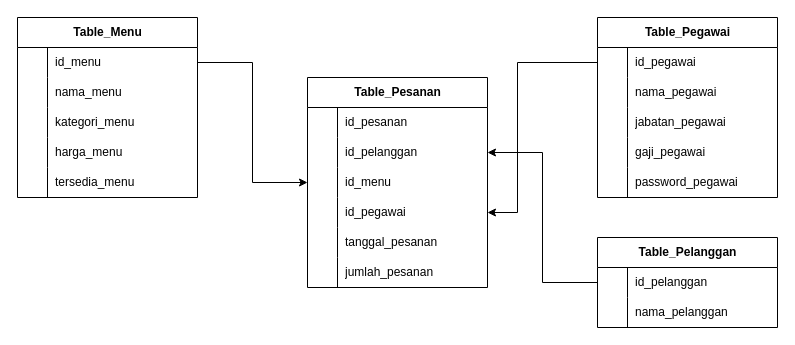
The draw.io diagram HEHEHE.drawio in ImNotDanish05/Tester, before the edit. Source tidied: cells renumbered, new cells numbered last; positions are measured from the earlier drawing's top-left corner, leaving out a move shared by most shapes. Both pictures are drawn from the tidied source at 100%, with x=0, y=0 at pixel (17, 17).
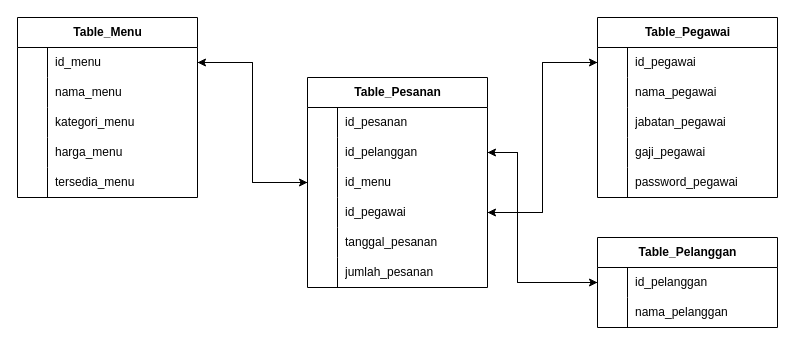
The same page after the edit.

Commit message:
SQL Restoran FlowChart

The change refers to these unchanged cells:
```xml
<mxCell id="3" style="shape=tableRow;horizontal=0;startSize=0;swimlaneHead=0;swimlaneBody=0;fillColor=none;points=[[0,0.5],[1,0.5]];portConstraint=eastwest;top=0;left=0;right=0;bottom=0;" parent="2" vertex="1">
  <mxGeometry y="30" width="180" height="30" as="geometry" />
</mxCell>
<mxCell id="19" style="shape=tableRow;horizontal=0;startSize=0;swimlaneHead=0;swimlaneBody=0;fillColor=none;points=[[0,0.5],[1,0.5]];portConstraint=eastwest;top=0;left=0;right=0;bottom=0;" parent="18" vertex="1">
  <mxGeometry y="30" width="180" height="30" as="geometry" />
</mxCell>
<mxCell id="29" style="shape=tableRow;horizontal=0;startSize=0;swimlaneHead=0;swimlaneBody=0;fillColor=none;points=[[0,0.5],[1,0.5]];portConstraint=eastwest;top=0;left=0;right=0;bottom=0;" parent="25" vertex="1">
  <mxGeometry y="60" width="180" height="30" as="geometry" />
</mxCell>
<mxCell id="32" style="shape=tableRow;horizontal=0;startSize=0;swimlaneHead=0;swimlaneBody=0;fillColor=none;points=[[0,0.5],[1,0.5]];portConstraint=eastwest;top=0;left=0;right=0;bottom=0;" parent="25" vertex="1">
  <mxGeometry y="90" width="180" height="30" as="geometry" />
</mxCell>
<mxCell id="35" style="shape=tableRow;horizontal=0;startSize=0;swimlaneHead=0;swimlaneBody=0;fillColor=none;points=[[0,0.5],[1,0.5]];portConstraint=eastwest;top=0;left=0;right=0;bottom=0;" parent="25" vertex="1">
  <mxGeometry y="120" width="180" height="30" as="geometry" />
</mxCell>
<mxCell id="45" style="shape=tableRow;horizontal=0;startSize=0;swimlaneHead=0;swimlaneBody=0;fillColor=none;points=[[0,0.5],[1,0.5]];portConstraint=eastwest;top=0;left=0;right=0;bottom=0;" parent="44" vertex="1">
  <mxGeometry y="30" width="180" height="30" as="geometry" />
</mxCell>
```

The edit, as a diff of the source:
```diff
@@
-    <mxCell id="60" style="edgeStyle=orthogonalEdgeStyle;rounded=0;jettySize=auto;html=1;exitX=1;exitY=0.5;exitDx=0;exitDy=0;entryX=0;entryY=0.5;entryDx=0;entryDy=0;" parent="1" edge="1" source="3" target="32">
+    <mxCell id="60" style="edgeStyle=orthogonalEdgeStyle;rounded=0;jettySize=auto;html=1;entryX=0;entryY=0.5;entryDx=0;entryDy=0;" parent="1" edge="1" source="3" target="32">
       <mxGeometry relative="1" as="geometry" />
     </mxCell>
+    <mxCell id="63" style="edgeStyle=orthogonalEdgeStyle;rounded=0;jettySize=auto;html=1;" parent="1" edge="1" source="32" target="3">
+      <mxGeometry relative="1" as="geometry" />
+    </mxCell>
+    <mxCell id="64" style="edgeStyle=orthogonalEdgeStyle;rounded=0;jettySize=auto;html=1;entryX=0;entryY=0.5;entryDx=0;entryDy=0;exitX=1;exitY=0.5;exitDx=0;exitDy=0;" parent="1" edge="1" source="35" target="45">
+      <mxGeometry relative="1" as="geometry" />
+    </mxCell>
+    <mxCell id="62" style="edgeStyle=orthogonalEdgeStyle;rounded=0;jettySize=auto;html=1;entryX=1;entryY=0.5;entryDx=0;entryDy=0;" parent="1" edge="1" source="45" target="35">
+      <mxGeometry relative="1" as="geometry" />
+    </mxCell>
-    <mxCell id="61" style="edgeStyle=orthogonalEdgeStyle;rounded=0;jettySize=auto;html=1;entryX=1;entryY=0.5;entryDx=0;entryDy=0;" parent="1" edge="1" source="19" target="29">
-      <mxGeometry relative="1" as="geometry" />
+    <mxCell id="61" style="edgeStyle=orthogonalEdgeStyle;rounded=0;jettySize=auto;html=1;" parent="1" edge="1" source="19" target="29">
+      <mxGeometry relative="1" as="geometry">
+        <Array as="points">
+          <mxPoint x="500" y="265" />
+          <mxPoint x="500" y="135" />
+        </Array>
+      </mxGeometry>
     </mxCell>
-    <mxCell id="62" style="edgeStyle=orthogonalEdgeStyle;rounded=0;jettySize=auto;html=1;entryX=1;entryY=0.5;entryDx=0;entryDy=0;" parent="1" edge="1" source="45" target="35">
-      <mxGeometry relative="1" as="geometry">
-        <Array as="points">
-          <mxPoint x="500" y="45" />
-          <mxPoint x="500" y="195" />
-        </Array>
-      </mxGeometry>
-    </mxCell>
+    <mxCell id="65" style="edgeStyle=orthogonalEdgeStyle;rounded=0;jettySize=auto;html=1;entryX=0;entryY=0.5;entryDx=0;entryDy=0;" parent="1" edge="1" source="29" target="19">
+      <mxGeometry relative="1" as="geometry">
+        <Array as="points">
+          <mxPoint x="500" y="135" />
+          <mxPoint x="500" y="265" />
+        </Array>
+      </mxGeometry>
+    </mxCell>
```
